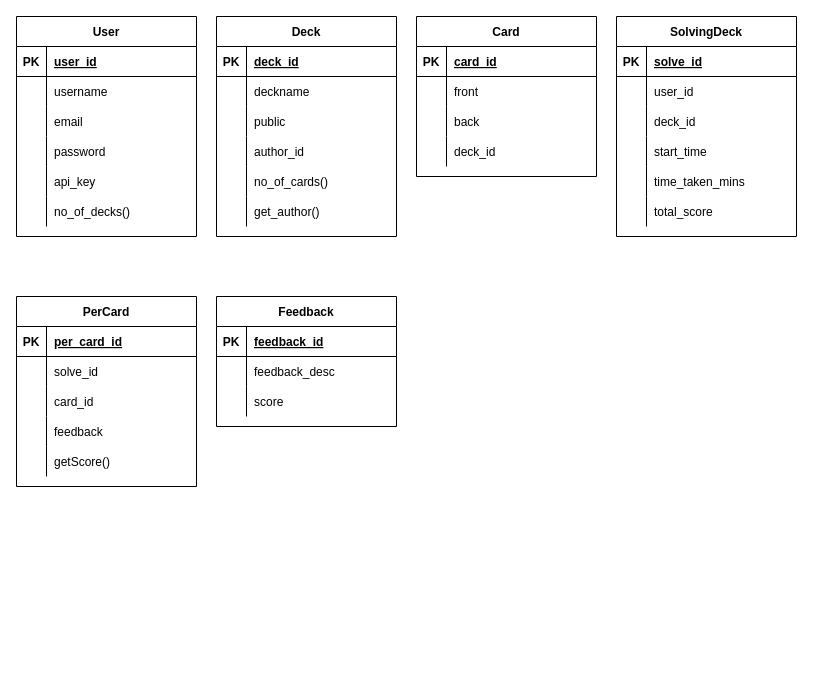
Above: database_schema.drawio in vinayhariya/FlashCards_FlaskApp (draw.io), before the change. Source tidied: cells renumbered, new cells numbered last; positions are measured from the earlier drawing's top-left corner, leaving out a move shared by most shapes. Both pictures are drawn from the tidied source at 100%, with x=0, y=0 at pixel (16, 16).
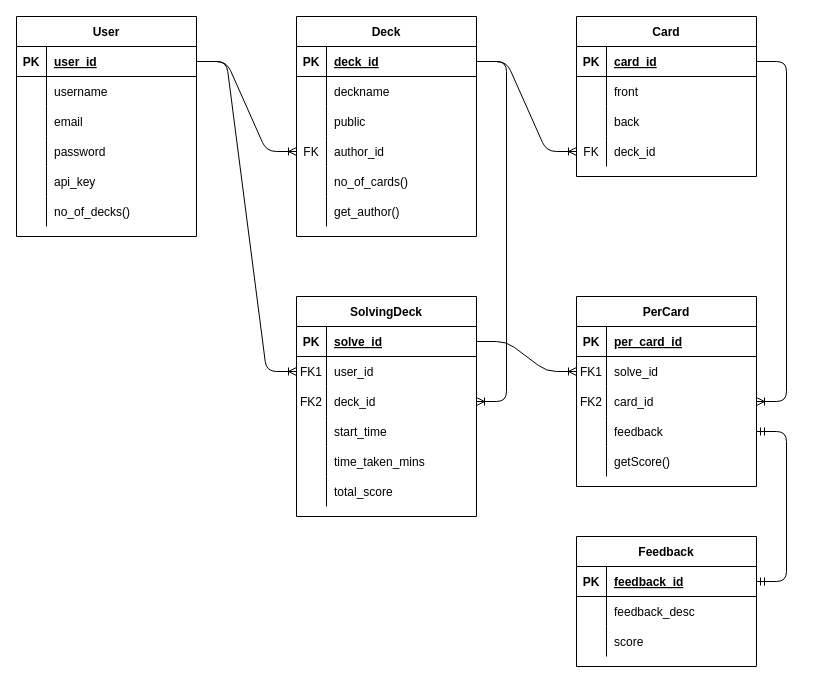
The same diagram, later.

Commit message:
Added relationships in db schema

The change refers to these unchanged cells:
```xml
<mxCell id="3" style="shape=partialRectangle;fillColor=none;top=0;left=0;bottom=1;right=0;points=[[0,0.5],[1,0.5]];portConstraint=eastwest;" parent="2" vertex="1">
  <mxGeometry y="30" width="180" height="30" as="geometry" />
</mxCell>
<mxCell id="22" style="shape=partialRectangle;fillColor=none;top=0;left=0;bottom=1;right=0;points=[[0,0.5],[1,0.5]];portConstraint=eastwest;" parent="21" vertex="1">
  <mxGeometry y="30" width="180" height="30" as="geometry" />
</mxCell>
<mxCell id="31" style="shape=partialRectangle;fillColor=none;top=0;left=0;bottom=0;right=0;points=[[0,0.5],[1,0.5]];portConstraint=eastwest;" parent="21" vertex="1">
  <mxGeometry y="120" width="180" height="30" as="geometry" />
</mxCell>
<mxCell id="41" style="shape=partialRectangle;fillColor=none;top=0;left=0;bottom=1;right=0;points=[[0,0.5],[1,0.5]];portConstraint=eastwest;" parent="40" vertex="1">
  <mxGeometry y="30" width="180" height="30" as="geometry" />
</mxCell>
<mxCell id="50" style="shape=partialRectangle;fillColor=none;top=0;left=0;bottom=0;right=0;points=[[0,0.5],[1,0.5]];portConstraint=eastwest;" parent="40" vertex="1">
  <mxGeometry y="120" width="180" height="30" as="geometry" />
</mxCell>
<mxCell id="54" style="shape=partialRectangle;fillColor=none;top=0;left=0;bottom=1;right=0;points=[[0,0.5],[1,0.5]];portConstraint=eastwest;" parent="53" vertex="1">
  <mxGeometry y="30" width="180" height="30" as="geometry" />
</mxCell>
<mxCell id="57" style="shape=partialRectangle;fillColor=none;top=0;left=0;bottom=0;right=0;points=[[0,0.5],[1,0.5]];portConstraint=eastwest;" parent="53" vertex="1">
  <mxGeometry y="60" width="180" height="30" as="geometry" />
</mxCell>
<mxCell id="60" style="shape=partialRectangle;fillColor=none;top=0;left=0;bottom=0;right=0;points=[[0,0.5],[1,0.5]];portConstraint=eastwest;" parent="53" vertex="1">
  <mxGeometry y="90" width="180" height="30" as="geometry" />
</mxCell>
<mxCell id="76" style="shape=partialRectangle;fillColor=none;top=0;left=0;bottom=0;right=0;points=[[0,0.5],[1,0.5]];portConstraint=eastwest;" parent="72" vertex="1">
  <mxGeometry y="60" width="180" height="30" as="geometry" />
</mxCell>
<mxCell id="79" style="shape=partialRectangle;fillColor=none;top=0;left=0;bottom=0;right=0;points=[[0,0.5],[1,0.5]];portConstraint=eastwest;" parent="72" vertex="1">
  <mxGeometry y="90" width="180" height="30" as="geometry" />
</mxCell>
<mxCell id="82" style="shape=partialRectangle;fillColor=none;top=0;left=0;bottom=0;right=0;points=[[0,0.5],[1,0.5]];portConstraint=eastwest;" parent="72" vertex="1">
  <mxGeometry y="120" width="180" height="30" as="geometry" />
</mxCell>
<mxCell id="89" style="shape=partialRectangle;fillColor=none;top=0;left=0;bottom=1;right=0;points=[[0,0.5],[1,0.5]];portConstraint=eastwest;" parent="88" vertex="1">
  <mxGeometry y="30" width="180" height="30" as="geometry" />
</mxCell>
```

Diff of the diagram source:
```diff
@@
     <mxCell id="21" value="Deck" style="shape=table;startSize=30;childLayout=tableLayout;rowLines=0;fontStyle=1;align=center;" parent="1" vertex="1">
-      <mxGeometry x="200" width="180" height="220" as="geometry" />
+      <mxGeometry x="280" width="180" height="220" as="geometry" />
     </mxCell>
@@
-    <mxCell id="32" style="shape=partialRectangle;fillColor=none;top=0;left=0;bottom=0;right=0;overflow=hidden;" parent="31" vertex="1">
+    <mxCell id="32" value="FK" style="shape=partialRectangle;fillColor=none;top=0;left=0;bottom=0;right=0;overflow=hidden;" parent="31" vertex="1">
       <mxGeometry width="30" height="30" as="geometry" />
     </mxCell>
@@
     <mxCell id="40" value="Card" style="shape=table;startSize=30;childLayout=tableLayout;rowLines=0;fontStyle=1;align=center;" parent="1" vertex="1">
-      <mxGeometry x="400" width="180" height="160" as="geometry" />
+      <mxGeometry x="560" width="180" height="160" as="geometry" />
     </mxCell>
@@
-    <mxCell id="51" style="shape=partialRectangle;fillColor=none;top=0;left=0;bottom=0;right=0;overflow=hidden;" parent="50" vertex="1">
+    <mxCell id="51" value="FK" style="shape=partialRectangle;fillColor=none;top=0;left=0;bottom=0;right=0;overflow=hidden;" parent="50" vertex="1">
       <mxGeometry width="30" height="30" as="geometry" />
     </mxCell>
@@
     <mxCell id="53" value="SolvingDeck" style="shape=table;startSize=30;childLayout=tableLayout;rowLines=0;fontStyle=1;align=center;" parent="1" vertex="1">
-      <mxGeometry x="600" width="180" height="220" as="geometry" />
+      <mxGeometry x="280" y="280" width="180" height="220" as="geometry" />
     </mxCell>
@@
-    <mxCell id="58" style="shape=partialRectangle;fillColor=none;top=0;left=0;bottom=0;right=0;overflow=hidden;" parent="57" vertex="1">
+    <mxCell id="58" value="FK1" style="shape=partialRectangle;fillColor=none;top=0;left=0;bottom=0;right=0;overflow=hidden;" parent="57" vertex="1">
       <mxGeometry width="30" height="30" as="geometry" />
     </mxCell>
@@
-    <mxCell id="61" style="shape=partialRectangle;fillColor=none;top=0;left=0;bottom=0;right=0;overflow=hidden;" parent="60" vertex="1">
+    <mxCell id="61" value="FK2" style="shape=partialRectangle;fillColor=none;top=0;left=0;bottom=0;right=0;overflow=hidden;" parent="60" vertex="1">
       <mxGeometry width="30" height="30" as="geometry" />
     </mxCell>
@@
     <mxCell id="72" value="PerCard" style="shape=table;startSize=30;childLayout=tableLayout;rowLines=0;fontStyle=1;align=center;" parent="1" vertex="1">
-      <mxGeometry y="280" width="180" height="190" as="geometry" />
+      <mxGeometry x="560" y="280" width="180" height="190" as="geometry" />
     </mxCell>
@@
-    <mxCell id="77" style="shape=partialRectangle;fillColor=none;top=0;left=0;bottom=0;right=0;overflow=hidden;" parent="76" vertex="1">
+    <mxCell id="77" value="FK1" style="shape=partialRectangle;fillColor=none;top=0;left=0;bottom=0;right=0;overflow=hidden;" parent="76" vertex="1">
       <mxGeometry width="30" height="30" as="geometry" />
     </mxCell>
@@
-    <mxCell id="80" style="shape=partialRectangle;fillColor=none;top=0;left=0;bottom=0;right=0;overflow=hidden;" parent="79" vertex="1">
+    <mxCell id="80" value="FK2" style="shape=partialRectangle;fillColor=none;top=0;left=0;bottom=0;right=0;overflow=hidden;" parent="79" vertex="1">
       <mxGeometry width="30" height="30" as="geometry" />
     </mxCell>
@@
     <mxCell id="88" value="Feedback" style="shape=table;startSize=30;childLayout=tableLayout;rowLines=0;fontStyle=1;align=center;" parent="1" vertex="1">
-      <mxGeometry x="200" y="280" width="180" height="130" as="geometry" />
+      <mxGeometry x="560" y="520" width="180" height="130" as="geometry" />
     </mxCell>
@@
+    <mxCell id="98" style="edgeStyle=entityRelationEdgeStyle;fontSize=12;html=1;endArrow=ERoneToMany;entryX=0;entryY=0.5;entryDx=0;entryDy=0;exitX=1;exitY=0.5;exitDx=0;exitDy=0;" parent="1" edge="1" source="3" target="31">
+      <mxGeometry relative="1" as="geometry" />
+    </mxCell>
+    <mxCell id="99" style="edgeStyle=entityRelationEdgeStyle;fontSize=12;html=1;endArrow=ERoneToMany;exitX=1;exitY=0.5;exitDx=0;exitDy=0;entryX=0;entryY=0.5;entryDx=0;entryDy=0;" parent="1" edge="1" source="22" target="50">
+      <mxGeometry relative="1" as="geometry" />
+    </mxCell>
+    <mxCell id="100" style="edgeStyle=entityRelationEdgeStyle;fontSize=12;html=1;endArrow=ERoneToMany;exitX=1;exitY=0.5;exitDx=0;exitDy=0;entryX=0;entryY=0.5;entryDx=0;entryDy=0;" parent="1" edge="1" source="3" target="57">
+      <mxGeometry relative="1" as="geometry" />
+    </mxCell>
+    <mxCell id="101" style="edgeStyle=entityRelationEdgeStyle;fontSize=12;html=1;endArrow=ERoneToMany;exitX=1;exitY=0.5;exitDx=0;exitDy=0;entryX=1;entryY=0.5;entryDx=0;entryDy=0;" parent="1" edge="1" source="22" target="60">
+      <mxGeometry relative="1" as="geometry" />
+    </mxCell>
+    <mxCell id="102" style="edgeStyle=entityRelationEdgeStyle;fontSize=12;html=1;endArrow=ERoneToMany;exitX=1;exitY=0.5;exitDx=0;exitDy=0;entryX=1;entryY=0.5;entryDx=0;entryDy=0;" parent="1" edge="1" source="41" target="79">
+      <mxGeometry relative="1" as="geometry" />
+    </mxCell>
+    <mxCell id="103" style="edgeStyle=entityRelationEdgeStyle;fontSize=12;html=1;endArrow=ERoneToMany;exitX=1;exitY=0.5;exitDx=0;exitDy=0;entryX=0;entryY=0.5;entryDx=0;entryDy=0;" parent="1" edge="1" source="54" target="76">
+      <mxGeometry relative="1" as="geometry" />
+    </mxCell>
+    <mxCell id="104" style="edgeStyle=entityRelationEdgeStyle;fontSize=12;html=1;endArrow=ERmandOne;startArrow=ERmandOne;exitX=1;exitY=0.5;exitDx=0;exitDy=0;entryX=1;entryY=0.5;entryDx=0;entryDy=0;" parent="1" edge="1" source="89" target="82">
+      <mxGeometry relative="1" as="geometry" />
+    </mxCell>
```
